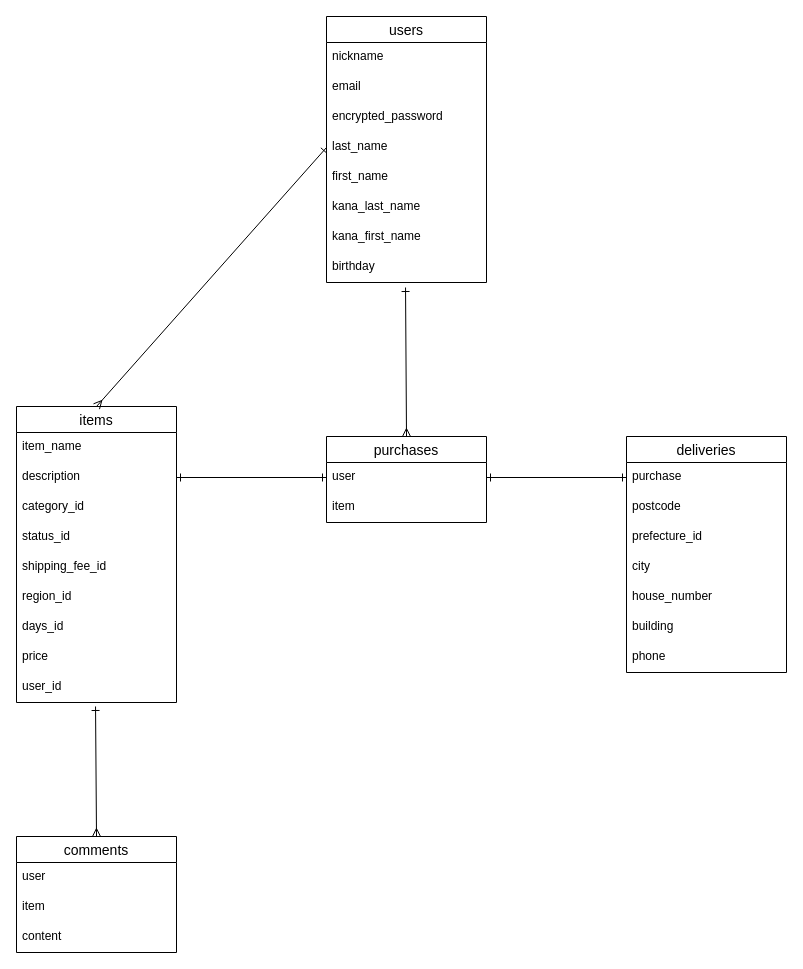
umeskayame/furima2-39838 keeps this draw.io diagram as furima.dio. Above is the earlier version. Source tidied: cells renumbered, new cells numbered last; positions are measured from the earlier drawing's top-left corner, leaving out a move shared by most shapes. Both pictures are drawn from the tidied source at 100%, with x=0, y=0 at pixel (16, 16).
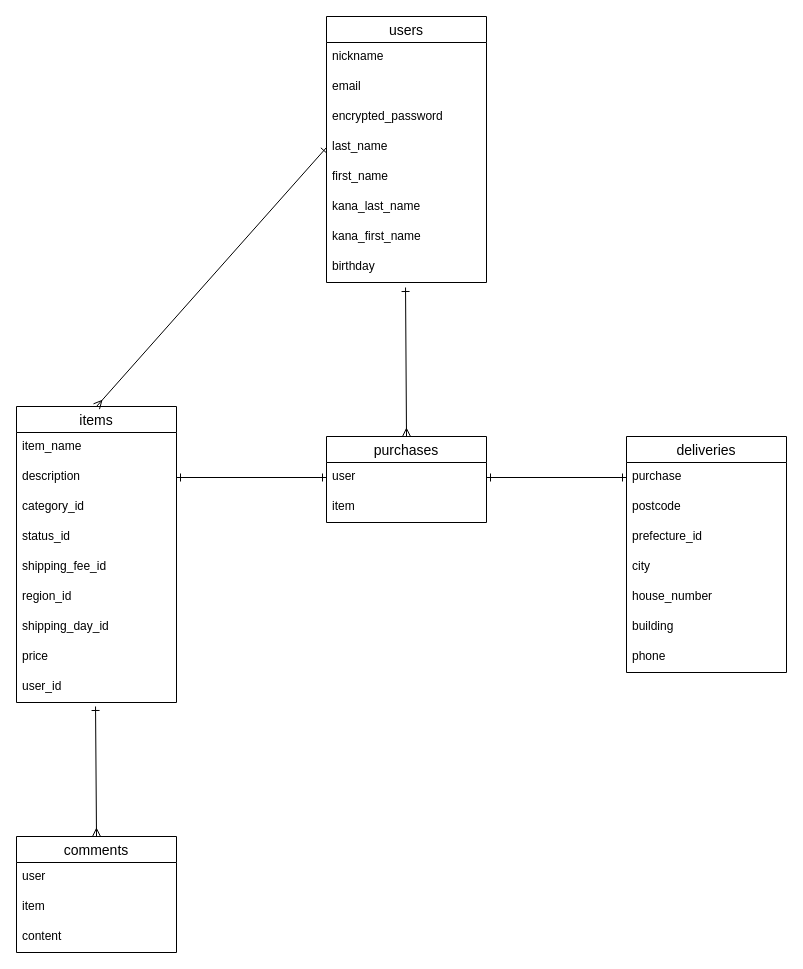
Above is the later version.

The change refers to these unchanged cells:
```xml
<mxCell id="11" value="items" style="swimlane;fontStyle=0;horizontal=1;startSize=26;align=center;fontSize=14;" parent="1" vertex="1">
  <mxGeometry y="390" width="160" height="296" as="geometry" />
</mxCell>
```

Change to the diagram source:
```diff
@@
-    <mxCell id="18" value="days_id" style="text;strokeColor=none;fillColor=none;spacingLeft=4;spacingRight=4;overflow=hidden;fontSize=12;" parent="11" vertex="1">
+    <mxCell id="18" value="shipping_day_id" style="text;strokeColor=none;fillColor=none;spacingLeft=4;spacingRight=4;overflow=hidden;fontSize=12;" parent="11" vertex="1">
       <mxGeometry y="206" width="160" height="30" as="geometry" />
     </mxCell>
```
